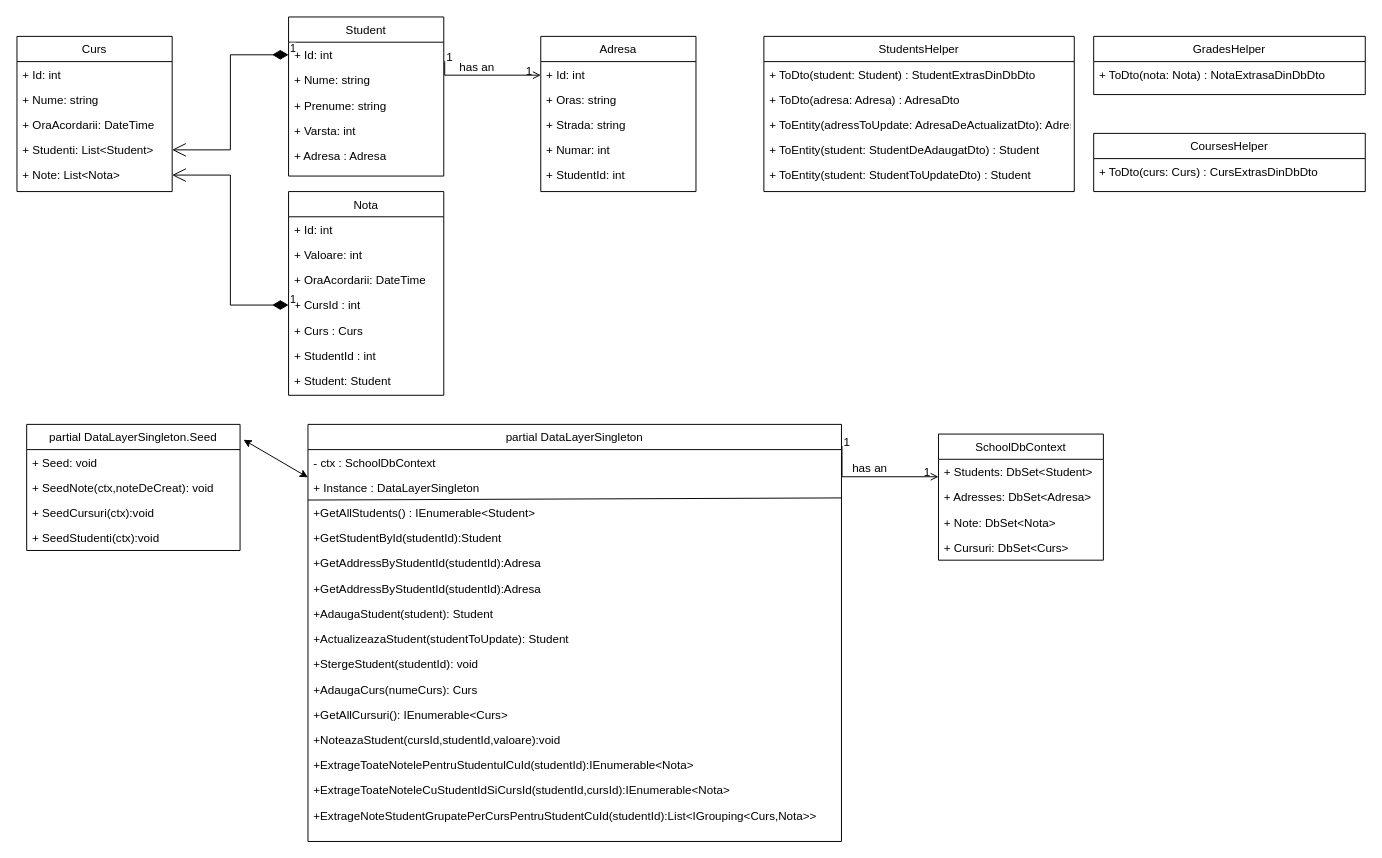
Earlier version of the draw.io diagram Lab19WebApi/ClassDiagram.drawio (AleKerezsi/Lab19). Source tidied: cells renumbered, new cells numbered last; positions are measured from the earlier drawing's top-left corner, leaving out a move shared by most shapes. Both pictures are drawn from the tidied source at 97%, with x=0, y=0 at pixel (16, 16).
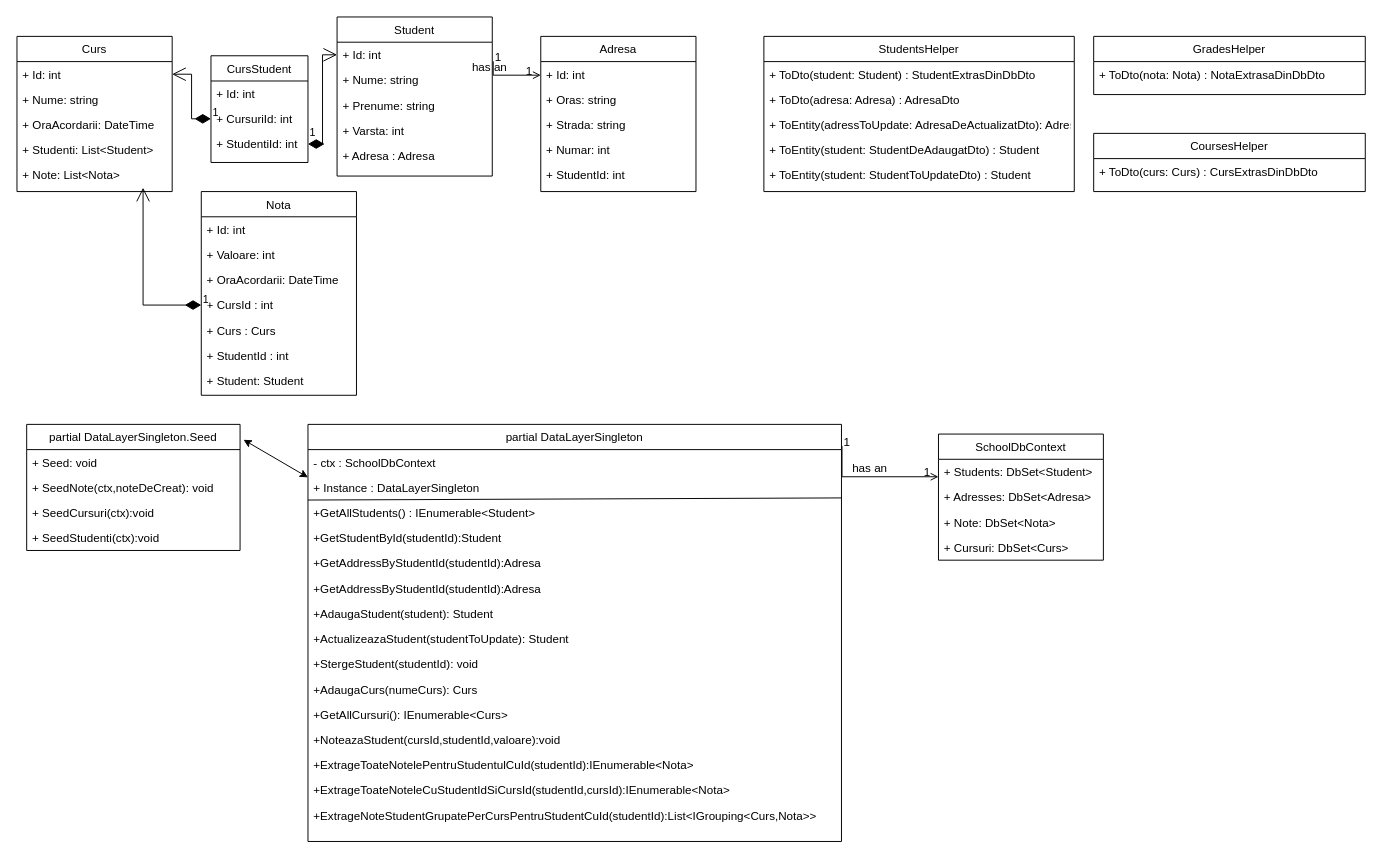
Above is the later version.

Commit message (it also covers changes not shown here):
Actualizat diagrama si status codes in anumite cazuri de eroare pentru controllerul de studenti

The change refers to these unchanged cells:
```xml
<mxCell id="3" value="+ Id: int" style="text;align=left;verticalAlign=top;spacingLeft=4;spacingRight=4;overflow=hidden;points=[[0,0.5],[1,0.5]];portConstraint=eastwest;" parent="2" vertex="1">
  <mxGeometry y="26" width="160" height="26" as="geometry" />
</mxCell>
<mxCell id="22" value="+ CursId : int" style="text;align=left;verticalAlign=top;spacingLeft=4;spacingRight=4;overflow=hidden;points=[[0,0.5],[1,0.5]];portConstraint=eastwest;" parent="18" vertex="1">
  <mxGeometry y="104" width="160" height="26" as="geometry" />
</mxCell>
<mxCell id="27" value="+ Id: int" style="text;align=left;verticalAlign=top;spacingLeft=4;spacingRight=4;overflow=hidden;points=[[0,0.5],[1,0.5]];portConstraint=eastwest;" parent="26" vertex="1">
  <mxGeometry y="26" width="160" height="26" as="geometry" />
</mxCell>
<mxCell id="30" value="+ Studenti: List&lt;Student&gt;" style="text;align=left;verticalAlign=top;spacingLeft=4;spacingRight=4;overflow=hidden;points=[[0,0.5],[1,0.5]];portConstraint=eastwest;" parent="26" vertex="1">
  <mxGeometry y="104" width="160" height="26" as="geometry" />
</mxCell>
<mxCell id="31" value="+ Note: List&lt;Nota&gt;" style="text;align=left;verticalAlign=top;spacingLeft=4;spacingRight=4;overflow=hidden;points=[[0,0.5],[1,0.5]];portConstraint=eastwest;" parent="26" vertex="1">
  <mxGeometry y="130" width="160" height="26" as="geometry" />
</mxCell>
```

The edit, as a diff of the source:
```diff
@@
     <mxCell id="2" value="Student" style="swimlane;fontStyle=0;align=center;verticalAlign=top;horizontal=1;startSize=26;rounded=0;shadow=0;strokeWidth=1;" parent="1" vertex="1">
-      <mxGeometry x="280" width="160" height="164" as="geometry" />
+      <mxGeometry x="330" width="160" height="164" as="geometry" />
     </mxCell>
@@
     <mxCell id="18" value="Nota" style="swimlane;fontStyle=0;align=center;verticalAlign=top;horizontal=1;startSize=26;rounded=0;shadow=0;strokeWidth=1;" parent="1" vertex="1">
-      <mxGeometry x="280" y="180" width="160" height="210" as="geometry" />
+      <mxGeometry x="190" y="180" width="160" height="210" as="geometry" />
     </mxCell>
@@
-    <mxCell id="32" value="1" style="endArrow=open;html=1;endSize=12;startArrow=diamondThin;startSize=14;startFill=1;edgeStyle=orthogonalEdgeStyle;align=left;verticalAlign=bottom;rounded=0;" parent="1" edge="1" source="3" target="30">
-      <mxGeometry x="-1" y="3" relative="1" as="geometry" />
-    </mxCell>
     <mxCell id="33" value="1" style="endArrow=open;html=1;endSize=12;startArrow=diamondThin;startSize=14;startFill=1;edgeStyle=orthogonalEdgeStyle;align=left;verticalAlign=bottom;rounded=0;" parent="1" edge="1" source="22" target="31">
-      <mxGeometry x="-1" y="3" relative="1" as="geometry" />
+      <mxGeometry x="-1" y="3" relative="1" as="geometry">
+        <Array as="points">
+          <mxPoint x="130" y="297" />
+        </Array>
+      </mxGeometry>
     </mxCell>
@@
+    <mxCell id="76" value="CursStudent" style="swimlane;fontStyle=0;align=center;verticalAlign=top;horizontal=1;startSize=26;rounded=0;shadow=0;strokeWidth=1;" parent="1" vertex="1">
+      <mxGeometry x="200" y="40" width="100" height="110" as="geometry" />
+    </mxCell>
+    <mxCell id="77" value="+ Id: int" style="text;align=left;verticalAlign=top;spacingLeft=4;spacingRight=4;overflow=hidden;" parent="76" vertex="1">
+      <mxGeometry y="26" width="100" height="26" as="geometry" />
+    </mxCell>
+    <mxCell id="78" value="+ CursuriId: int&#10;" style="text;align=left;verticalAlign=top;spacingLeft=4;spacingRight=4;overflow=hidden;points=[[0,0.5],[1,0.5]];portConstraint=eastwest;" parent="76" vertex="1">
+      <mxGeometry y="52" width="100" height="26" as="geometry" />
+    </mxCell>
+    <mxCell id="79" value="+ StudentiId: int" style="text;align=left;verticalAlign=top;spacingLeft=4;spacingRight=4;overflow=hidden;points=[[0,0.5],[1,0.5]];portConstraint=eastwest;" parent="76" vertex="1">
+      <mxGeometry y="78" width="100" height="26" as="geometry" />
+    </mxCell>
+    <mxCell id="80" value="1" style="endArrow=open;html=1;endSize=12;startArrow=diamondThin;startSize=14;startFill=1;edgeStyle=orthogonalEdgeStyle;align=left;verticalAlign=bottom;rounded=0;" parent="1" edge="1" source="78" target="27">
+      <mxGeometry x="-1" y="3" relative="1" as="geometry" />
+    </mxCell>
+    <mxCell id="81" value="1" style="endArrow=open;html=1;endSize=12;startArrow=diamondThin;startSize=14;startFill=1;edgeStyle=orthogonalEdgeStyle;align=left;verticalAlign=bottom;rounded=0;" parent="1" edge="1" source="79" target="3">
+      <mxGeometry x="-1" y="3" relative="1" as="geometry" />
+    </mxCell>
```
